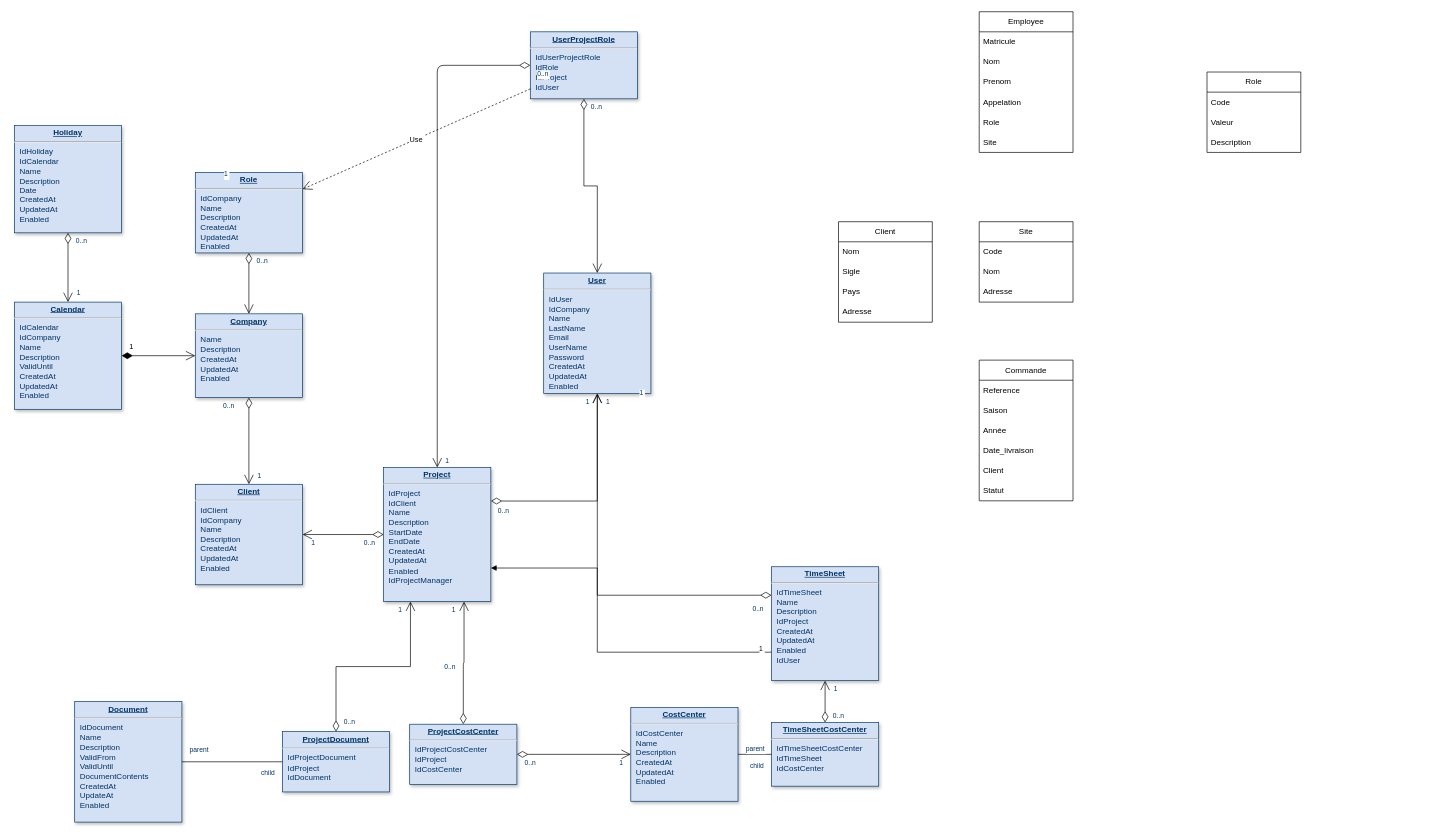
The draw.io diagram Diagramme sans nom.drawio in petit-vps/sample, before the edit. Source tidied: cells renumbered, new cells numbered last; positions are measured from the earlier drawing's top-left corner, leaving out a move shared by most shapes. Both pictures are drawn from the tidied source at 67%, with x=0, y=0 at pixel (14, 11).
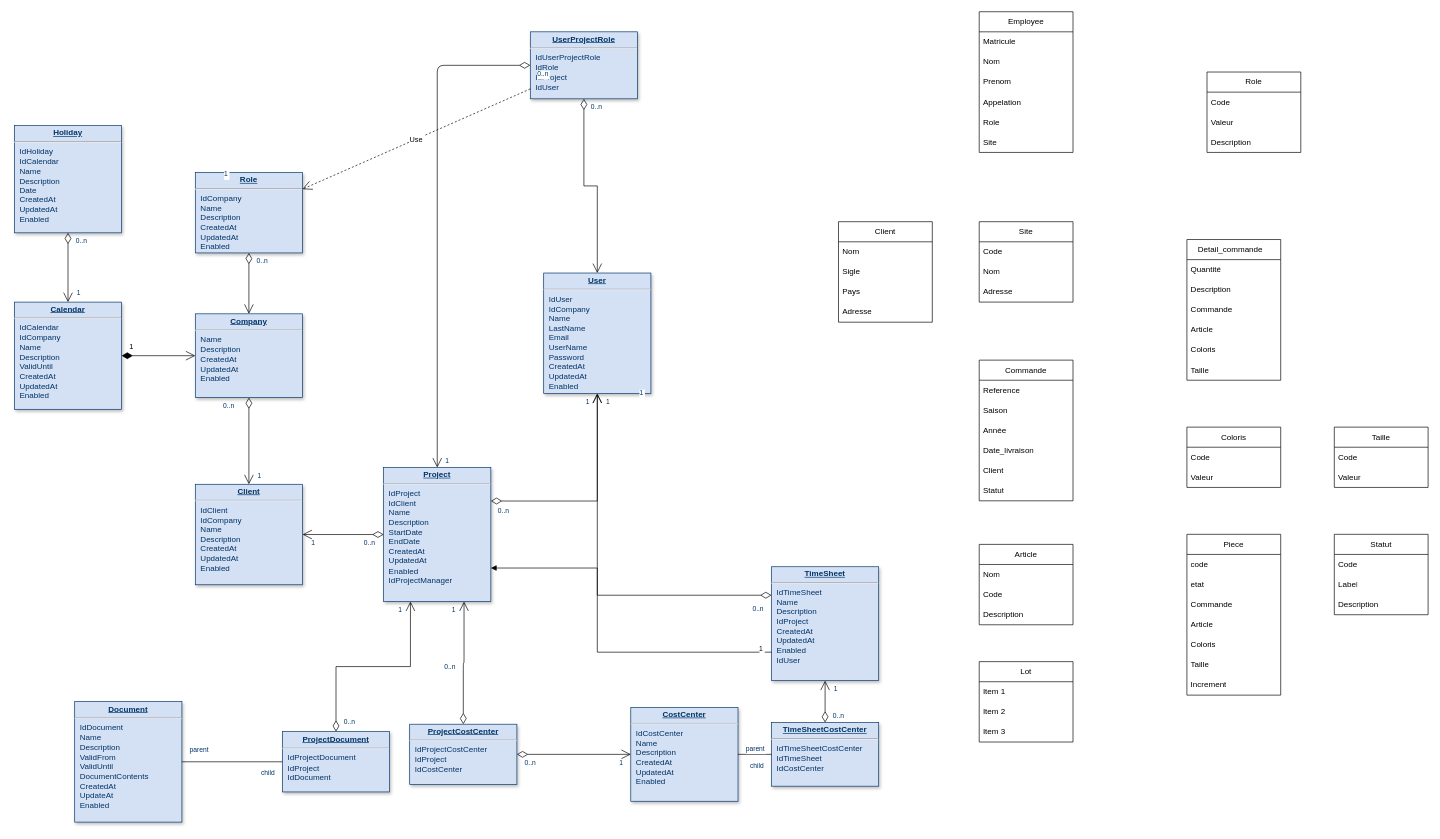
The same page after the edit.

Commit message (it also covers changes not shown here):
Mettre à jour Diagramme sans nom.drawio

The edit, as a diff of the source:
```diff
@@
+    <mxCell id="89" value="Detail_commande&lt;span style=&quot;white-space: pre;&quot;&gt;&#9;&lt;/span&gt;" style="swimlane;fontStyle=0;horizontal=1;startSize=30;whiteSpace=wrap;html=1;" parent="1" vertex="1">
+      <mxGeometry x="1750" y="340" width="140" height="210" as="geometry" />
+    </mxCell>
+    <mxCell id="90" value="Quantité" style="text;strokeColor=none;fillColor=none;align=left;verticalAlign=middle;spacingLeft=4;spacingRight=4;overflow=hidden;whiteSpace=wrap;html=1;" parent="89" vertex="1">
+      <mxGeometry y="30" width="140" height="30" as="geometry" />
+    </mxCell>
+    <mxCell id="91" value="Description" style="text;strokeColor=none;fillColor=none;align=left;verticalAlign=middle;spacingLeft=4;spacingRight=4;overflow=hidden;whiteSpace=wrap;html=1;" parent="89" vertex="1">
+      <mxGeometry y="60" width="140" height="30" as="geometry" />
+    </mxCell>
+    <mxCell id="92" value="Commande" style="text;strokeColor=none;fillColor=none;align=left;verticalAlign=middle;spacingLeft=4;spacingRight=4;overflow=hidden;whiteSpace=wrap;html=1;" parent="89" vertex="1">
+      <mxGeometry y="90" width="140" height="30" as="geometry" />
+    </mxCell>
+    <mxCell id="93" value="Article" style="text;strokeColor=none;fillColor=none;align=left;verticalAlign=middle;spacingLeft=4;spacingRight=4;overflow=hidden;whiteSpace=wrap;html=1;" parent="89" vertex="1">
+      <mxGeometry y="120" width="140" height="30" as="geometry" />
+    </mxCell>
+    <mxCell id="94" value="Coloris" style="text;strokeColor=none;fillColor=none;align=left;verticalAlign=middle;spacingLeft=4;spacingRight=4;overflow=hidden;whiteSpace=wrap;html=1;" parent="89" vertex="1">
+      <mxGeometry y="150" width="140" height="30" as="geometry" />
+    </mxCell>
+    <mxCell id="95" value="Taille" style="text;strokeColor=none;fillColor=none;align=left;verticalAlign=middle;spacingLeft=4;spacingRight=4;overflow=hidden;whiteSpace=wrap;html=1;" parent="89" vertex="1">
+      <mxGeometry y="180" width="140" height="30" as="geometry" />
+    </mxCell>
+    <mxCell id="96" value="Coloris" style="swimlane;fontStyle=0;horizontal=1;startSize=30;whiteSpace=wrap;html=1;" parent="1" vertex="1">
+      <mxGeometry x="1750" y="620" width="140" height="90" as="geometry" />
+    </mxCell>
+    <mxCell id="97" value="Code" style="text;strokeColor=none;fillColor=none;align=left;verticalAlign=middle;spacingLeft=4;spacingRight=4;overflow=hidden;whiteSpace=wrap;html=1;" parent="96" vertex="1">
+      <mxGeometry y="30" width="140" height="30" as="geometry" />
+    </mxCell>
+    <mxCell id="98" value="Valeur" style="text;strokeColor=none;fillColor=none;align=left;verticalAlign=middle;spacingLeft=4;spacingRight=4;overflow=hidden;whiteSpace=wrap;html=1;" parent="96" vertex="1">
+      <mxGeometry y="60" width="140" height="30" as="geometry" />
+    </mxCell>
+    <mxCell id="99" value="Taille" style="swimlane;fontStyle=0;horizontal=1;startSize=30;whiteSpace=wrap;html=1;" parent="1" vertex="1">
+      <mxGeometry x="1970" y="620" width="140" height="90" as="geometry" />
+    </mxCell>
+    <mxCell id="100" value="Code" style="text;strokeColor=none;fillColor=none;align=left;verticalAlign=middle;spacingLeft=4;spacingRight=4;overflow=hidden;whiteSpace=wrap;html=1;" parent="99" vertex="1">
+      <mxGeometry y="30" width="140" height="30" as="geometry" />
+    </mxCell>
+    <mxCell id="101" value="Valeur" style="text;strokeColor=none;fillColor=none;align=left;verticalAlign=middle;spacingLeft=4;spacingRight=4;overflow=hidden;whiteSpace=wrap;html=1;" parent="99" vertex="1">
+      <mxGeometry y="60" width="140" height="30" as="geometry" />
+    </mxCell>
+    <mxCell id="102" value="Article" style="swimlane;fontStyle=0;horizontal=1;startSize=30;whiteSpace=wrap;html=1;" parent="1" vertex="1">
+      <mxGeometry x="1440" y="795" width="140" height="120" as="geometry" />
+    </mxCell>
+    <mxCell id="103" value="Nom" style="text;strokeColor=none;fillColor=none;align=left;verticalAlign=middle;spacingLeft=4;spacingRight=4;overflow=hidden;whiteSpace=wrap;html=1;" parent="102" vertex="1">
+      <mxGeometry y="30" width="140" height="30" as="geometry" />
+    </mxCell>
+    <mxCell id="104" value="Code" style="text;strokeColor=none;fillColor=none;align=left;verticalAlign=middle;spacingLeft=4;spacingRight=4;overflow=hidden;whiteSpace=wrap;html=1;" parent="102" vertex="1">
+      <mxGeometry y="60" width="140" height="30" as="geometry" />
+    </mxCell>
+    <mxCell id="105" value="Description" style="text;strokeColor=none;fillColor=none;align=left;verticalAlign=middle;spacingLeft=4;spacingRight=4;overflow=hidden;whiteSpace=wrap;html=1;" parent="102" vertex="1">
+      <mxGeometry y="90" width="140" height="30" as="geometry" />
+    </mxCell>
+    <mxCell id="106" value="Piece" style="swimlane;fontStyle=0;horizontal=1;startSize=30;whiteSpace=wrap;html=1;" parent="1" vertex="1">
+      <mxGeometry x="1750" y="780" width="140" height="240" as="geometry" />
+    </mxCell>
+    <mxCell id="107" value="code" style="text;strokeColor=none;fillColor=none;align=left;verticalAlign=middle;spacingLeft=4;spacingRight=4;overflow=hidden;whiteSpace=wrap;html=1;" parent="106" vertex="1">
+      <mxGeometry y="30" width="140" height="30" as="geometry" />
+    </mxCell>
+    <mxCell id="108" value="etat" style="text;strokeColor=none;fillColor=none;align=left;verticalAlign=middle;spacingLeft=4;spacingRight=4;overflow=hidden;whiteSpace=wrap;html=1;" parent="106" vertex="1">
+      <mxGeometry y="60" width="140" height="30" as="geometry" />
+    </mxCell>
+    <mxCell id="109" value="Commande" style="text;strokeColor=none;fillColor=none;align=left;verticalAlign=middle;spacingLeft=4;spacingRight=4;overflow=hidden;whiteSpace=wrap;html=1;" parent="106" vertex="1">
+      <mxGeometry y="90" width="140" height="30" as="geometry" />
+    </mxCell>
+    <mxCell id="110" value="Article" style="text;strokeColor=none;fillColor=none;align=left;verticalAlign=middle;spacingLeft=4;spacingRight=4;overflow=hidden;whiteSpace=wrap;html=1;" parent="106" vertex="1">
+      <mxGeometry y="120" width="140" height="30" as="geometry" />
+    </mxCell>
+    <mxCell id="111" value="Coloris" style="text;strokeColor=none;fillColor=none;align=left;verticalAlign=middle;spacingLeft=4;spacingRight=4;overflow=hidden;whiteSpace=wrap;html=1;" parent="106" vertex="1">
+      <mxGeometry y="150" width="140" height="30" as="geometry" />
+    </mxCell>
+    <mxCell id="112" value="Taille" style="text;strokeColor=none;fillColor=none;align=left;verticalAlign=middle;spacingLeft=4;spacingRight=4;overflow=hidden;whiteSpace=wrap;html=1;" parent="106" vertex="1">
+      <mxGeometry y="180" width="140" height="30" as="geometry" />
+    </mxCell>
+    <mxCell id="113" value="Increment" style="text;strokeColor=none;fillColor=none;align=left;verticalAlign=middle;spacingLeft=4;spacingRight=4;overflow=hidden;whiteSpace=wrap;html=1;" parent="106" vertex="1">
+      <mxGeometry y="210" width="140" height="30" as="geometry" />
+    </mxCell>
+    <mxCell id="114" value="Statut" style="swimlane;fontStyle=0;horizontal=1;startSize=30;whiteSpace=wrap;html=1;" parent="1" vertex="1">
+      <mxGeometry x="1970" y="780" width="140" height="120" as="geometry" />
+    </mxCell>
+    <mxCell id="115" value="Code" style="text;strokeColor=none;fillColor=none;align=left;verticalAlign=middle;spacingLeft=4;spacingRight=4;overflow=hidden;whiteSpace=wrap;html=1;" parent="114" vertex="1">
+      <mxGeometry y="30" width="140" height="30" as="geometry" />
+    </mxCell>
+    <mxCell id="116" value="Label" style="text;strokeColor=none;fillColor=none;align=left;verticalAlign=middle;spacingLeft=4;spacingRight=4;overflow=hidden;whiteSpace=wrap;html=1;" parent="114" vertex="1">
+      <mxGeometry y="60" width="140" height="30" as="geometry" />
+    </mxCell>
+    <mxCell id="117" value="Description" style="text;strokeColor=none;fillColor=none;align=left;verticalAlign=middle;spacingLeft=4;spacingRight=4;overflow=hidden;whiteSpace=wrap;html=1;" parent="114" vertex="1">
+      <mxGeometry y="90" width="140" height="30" as="geometry" />
+    </mxCell>
+    <mxCell id="118" value="Lot" style="swimlane;fontStyle=0;horizontal=1;startSize=30;whiteSpace=wrap;html=1;" parent="1" vertex="1">
+      <mxGeometry x="1440" y="970" width="140" height="120" as="geometry" />
+    </mxCell>
+    <mxCell id="119" value="Item 1" style="text;strokeColor=none;fillColor=none;align=left;verticalAlign=middle;spacingLeft=4;spacingRight=4;overflow=hidden;whiteSpace=wrap;html=1;" parent="118" vertex="1">
+      <mxGeometry y="30" width="140" height="30" as="geometry" />
+    </mxCell>
+    <mxCell id="120" value="Item 2" style="text;strokeColor=none;fillColor=none;align=left;verticalAlign=middle;spacingLeft=4;spacingRight=4;overflow=hidden;whiteSpace=wrap;html=1;" parent="118" vertex="1">
+      <mxGeometry y="60" width="140" height="30" as="geometry" />
+    </mxCell>
+    <mxCell id="121" value="Item 3" style="text;strokeColor=none;fillColor=none;align=left;verticalAlign=middle;spacingLeft=4;spacingRight=4;overflow=hidden;whiteSpace=wrap;html=1;" parent="118" vertex="1">
+      <mxGeometry y="90" width="140" height="30" as="geometry" />
+    </mxCell>
```
